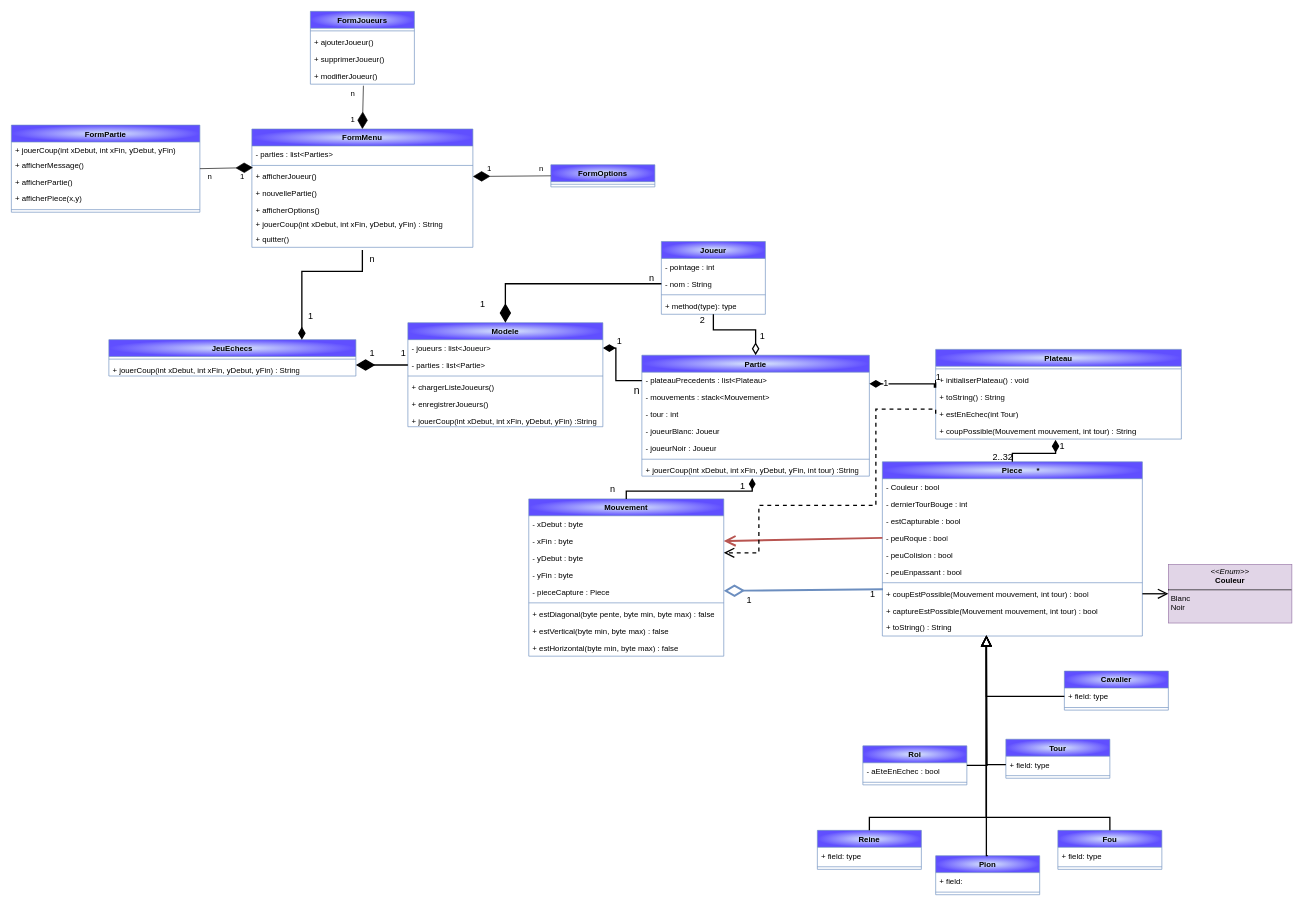
Above: DiagrammeDeClasse.drawio in felixcharbonneau/Echec (draw.io), before the change. Source tidied: cells renumbered, new cells numbered last; positions are measured from the earlier drawing's top-left corner, leaving out a move shared by most shapes. Both pictures are drawn from the tidied source at 65%, with x=0, y=0 at pixel (11, 11).
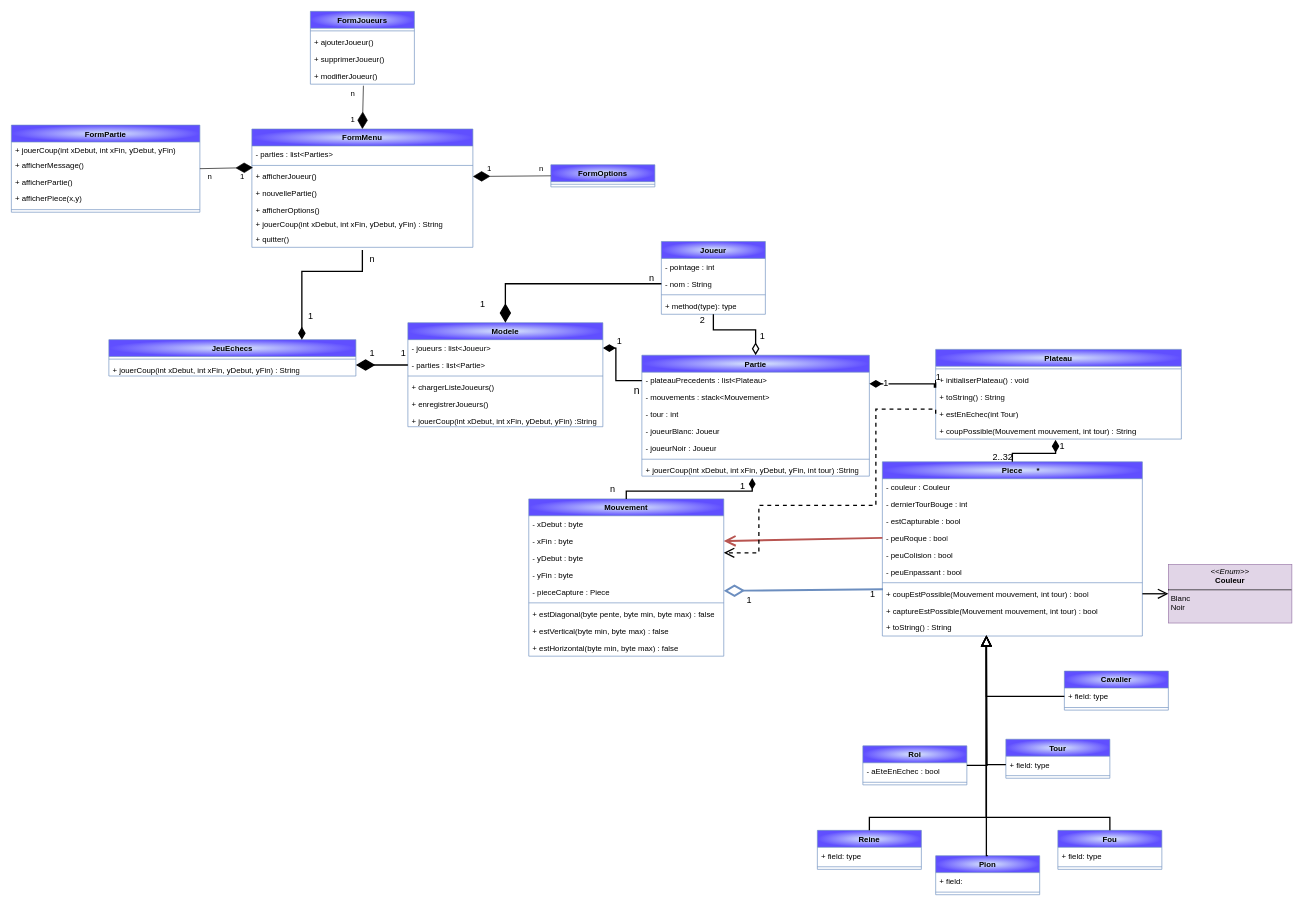
After the change.

Commit message (it also covers changes not shown here):
Mettre à jour DiagrammeDeClasse.drawio

Unchanged cells that the change refers to:
```xml
<mxCell id="19" value="&lt;span style=&quot;white-space: pre;&quot;&gt;&#9;&lt;/span&gt;Piece&lt;span style=&quot;white-space: pre;&quot;&gt;&#9;&lt;/span&gt;*" style="swimlane;fontStyle=1;align=center;verticalAlign=top;horizontal=1;startSize=26;whiteSpace=wrap;html=1;fillColor=#dae8fc;strokeColor=#6c8ebf;fillStyle=auto;gradientColor=#604FFF;gradientDirection=radial;" parent="1" vertex="1">
  <mxGeometry x="1340" y="693" width="400" height="268" as="geometry" />
</mxCell>
```

The edit, as a diff of the source:
```diff
@@
-    <mxCell id="20" value="- Couleur : bool&amp;nbsp;" style="text;strokeColor=none;fillColor=none;align=left;verticalAlign=top;spacingLeft=4;spacingRight=4;overflow=hidden;whiteSpace=wrap;html=1;" parent="19" vertex="1">
+    <mxCell id="20" value="- couleur : Couleur" style="text;strokeColor=none;fillColor=none;align=left;verticalAlign=top;spacingLeft=4;spacingRight=4;overflow=hidden;whiteSpace=wrap;html=1;" parent="19" vertex="1">
       <mxGeometry y="26" width="400" height="26" as="geometry" />
     </mxCell>
```
